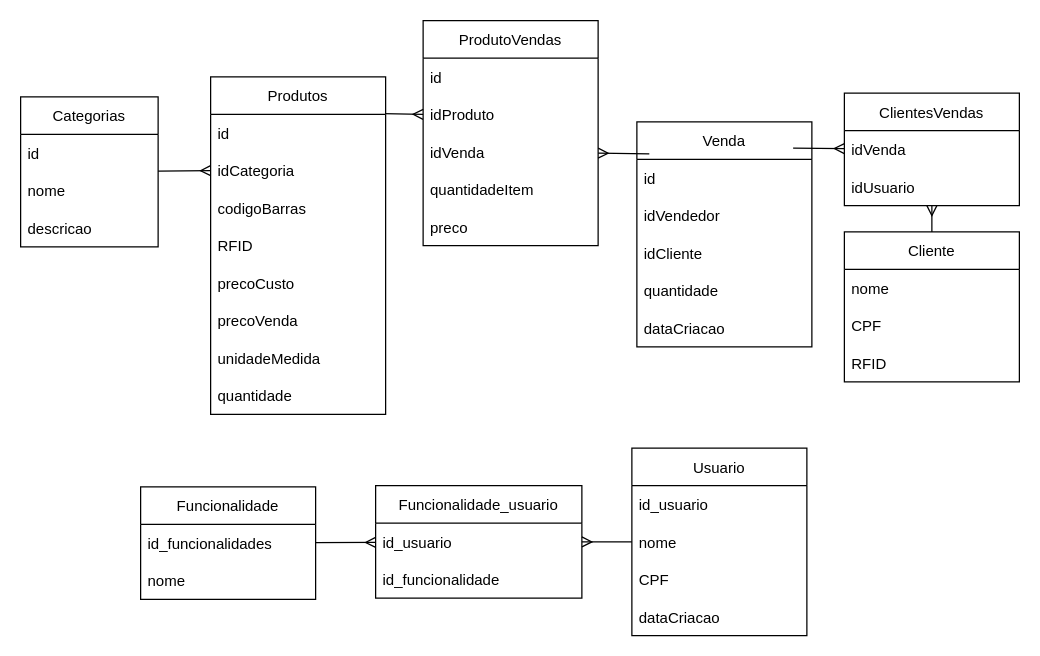
Before: page "Relational-Model" (2 of 4) of doc/class.drawio in SavioAraujoPagung/les, a draw.io diagram. Source tidied: cells renumbered, new cells numbered last; positions are measured from the earlier drawing's top-left corner, leaving out a move shared by most shapes. Both pictures are drawn from the tidied source at 125%, with x=0, y=0 at pixel (20, 20).
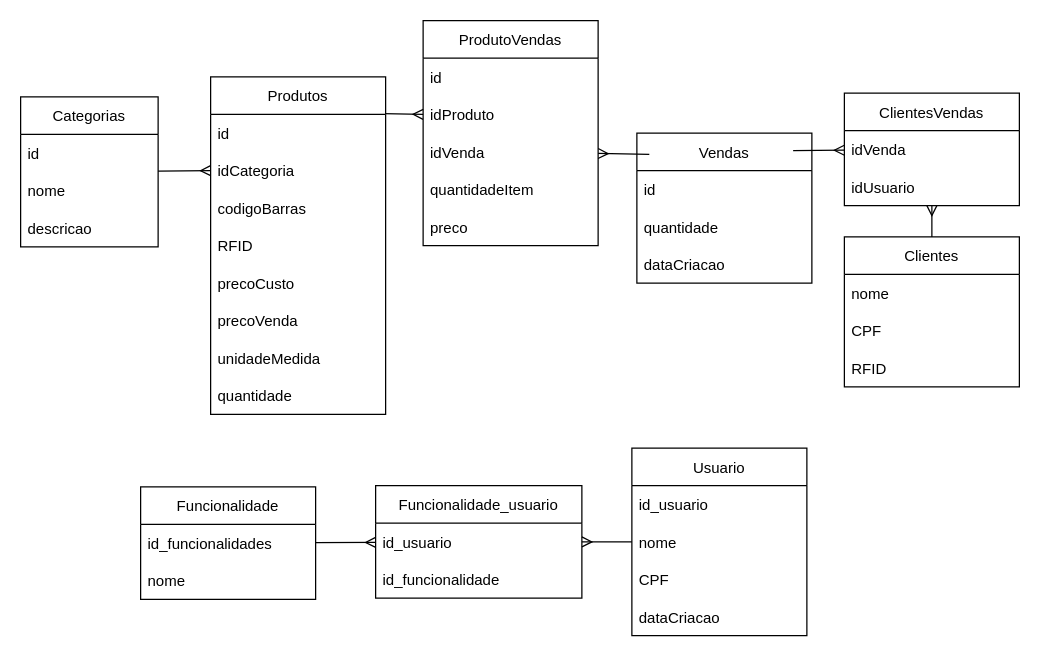
Above is the later version.

The edit, as a diff of the source:
```diff
@@
-    <mxCell id="12" value="Cliente" style="swimlane;fontStyle=0;horizontal=1;startSize=30;" parent="1" vertex="1">
-      <mxGeometry x="659" y="169" width="140" height="120" as="geometry" />
+    <mxCell id="12" value="Clientes" style="swimlane;fontStyle=0;horizontal=1;startSize=30;" parent="1" vertex="1">
+      <mxGeometry x="659" y="173" width="140" height="120" as="geometry" />
     </mxCell>
@@
-    <mxCell id="34" value="Venda" style="swimlane;fontStyle=0;horizontal=1;startSize=30;" parent="1" vertex="1">
-      <mxGeometry x="493" y="81" width="140" height="180" as="geometry" />
+    <mxCell id="34" value="Vendas" style="swimlane;fontStyle=0;horizontal=1;startSize=30;" parent="1" vertex="1">
+      <mxGeometry x="493" y="90" width="140" height="120" as="geometry" />
     </mxCell>
@@
-    <mxCell id="36" value="idVendedor" style="text;strokeColor=none;fillColor=none;align=left;verticalAlign=middle;spacingLeft=4;spacingRight=4;overflow=hidden;" parent="34" vertex="1">
-      <mxGeometry y="60" width="140" height="30" as="geometry" />
-    </mxCell>
-    <mxCell id="37" value="idCliente" style="text;strokeColor=none;fillColor=none;align=left;verticalAlign=middle;spacingLeft=4;spacingRight=4;overflow=hidden;" parent="34" vertex="1">
-      <mxGeometry y="90" width="140" height="30" as="geometry" />
-    </mxCell>
     <mxCell id="38" value="quantidade" style="text;strokeColor=none;fillColor=none;align=left;verticalAlign=middle;spacingLeft=4;spacingRight=4;overflow=hidden;" parent="34" vertex="1">
-      <mxGeometry y="120" width="140" height="30" as="geometry" />
+      <mxGeometry y="60" width="140" height="30" as="geometry" />
     </mxCell>
     <mxCell id="39" value="dataCriacao" style="text;strokeColor=none;fillColor=none;align=left;verticalAlign=middle;spacingLeft=4;spacingRight=4;overflow=hidden;" parent="34" vertex="1">
-      <mxGeometry y="150" width="140" height="30" as="geometry" />
+      <mxGeometry y="90" width="140" height="30" as="geometry" />
     </mxCell>
```
